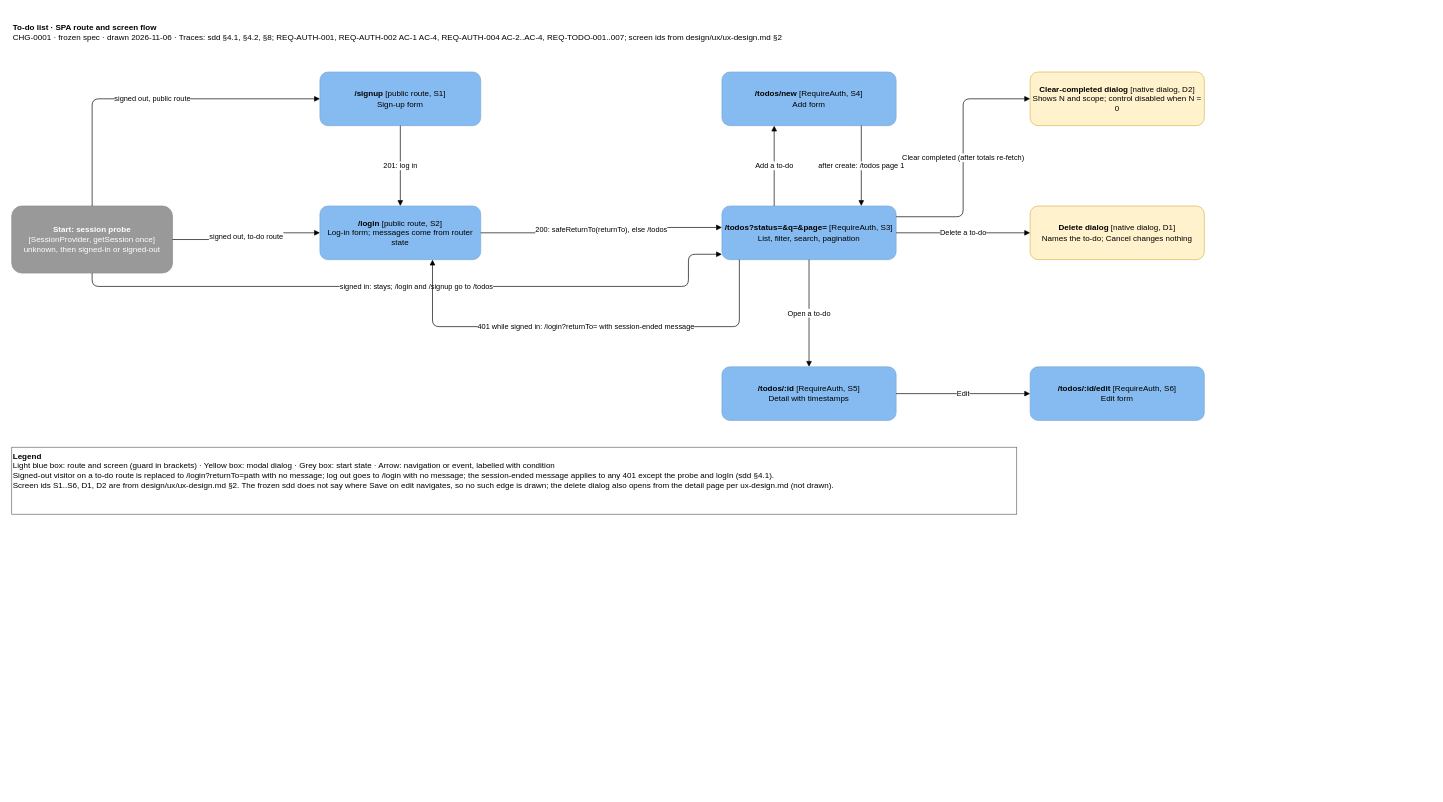
Earlier version of the draw.io diagram docs/specs/CHG-0001/design/architecture/screen-flow.drawio (alokkulkarni/testharness2). Source tidied: cells renumbered, new cells numbered last; positions are measured from the earlier drawing's top-left corner, leaving out a move shared by most shapes. Both pictures are drawn from the tidied source at 67%, with x=0, y=0 at pixel (11, 18).
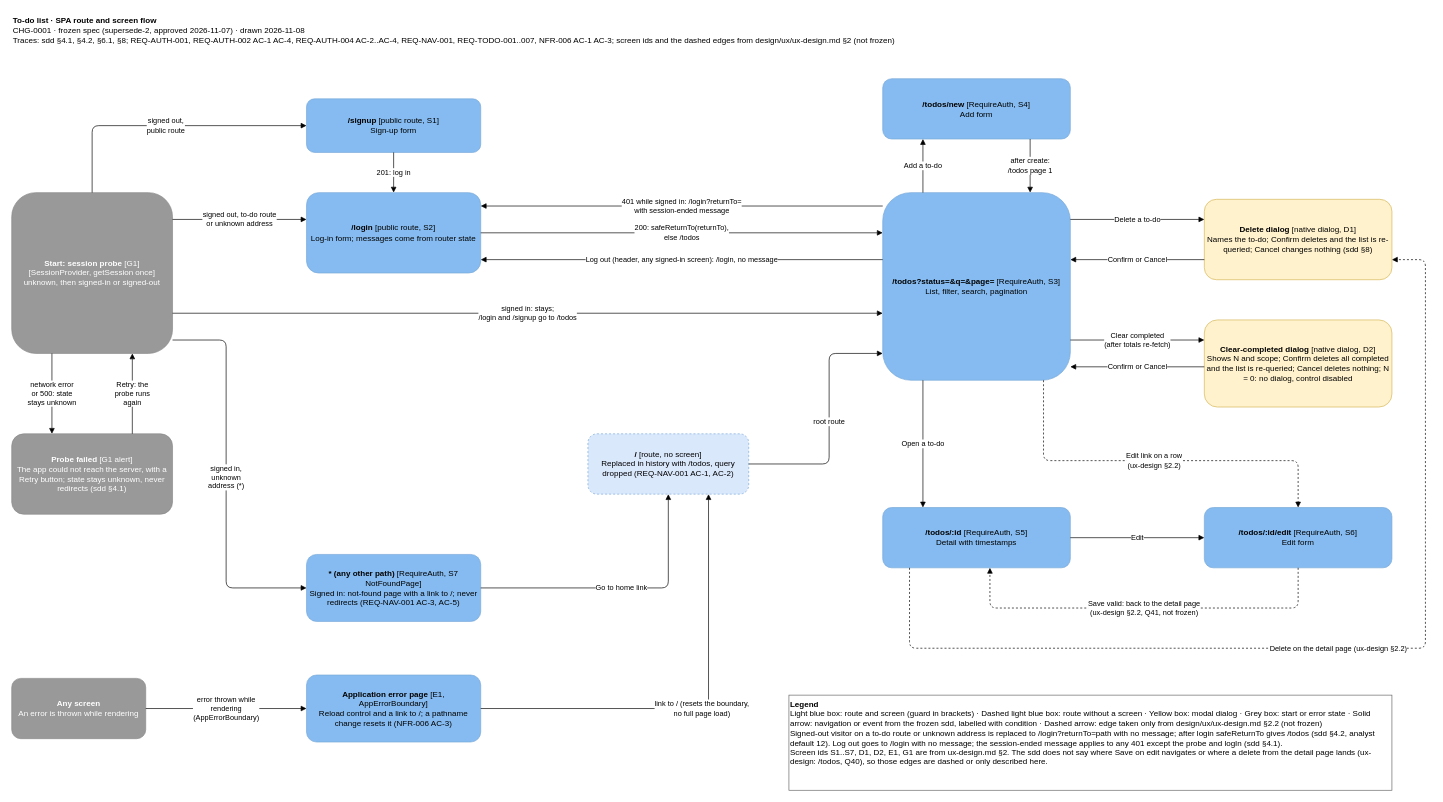
The same diagram, later.

What changed in the source:
```diff
@@
-    <mxCell id="2" value="&lt;b&gt;To-do list · SPA route and screen flow&lt;/b&gt;&lt;br&gt;CHG-0001 · frozen spec · drawn 2026-11-06 · Traces: sdd §4.1, §4.2, §8; REQ-AUTH-001, REQ-AUTH-002 AC-1 AC-4, REQ-AUTH-004 AC-2..AC-4, REQ-TODO-001..007; screen ids from design/ux/ux-design.md §2" style="text;html=1;align=left;verticalAlign=top;whiteSpace=wrap;" parent="1" vertex="1">
-      <mxGeometry width="1500" height="50" as="geometry" />
+    <mxCell id="2" value="&lt;b&gt;To-do list · SPA route and screen flow&lt;/b&gt;&lt;br&gt;CHG-0001 · frozen spec (supersede-2, approved 2026-11-07) · drawn 2026-11-08&lt;br&gt;Traces: sdd §4.1, §4.2, §6.1, §8; REQ-AUTH-001, REQ-AUTH-002 AC-1 AC-4, REQ-AUTH-004 AC-2..AC-4, REQ-NAV-001, REQ-TODO-001..007, NFR-006 AC-1 AC-3; screen ids and the dashed edges from design/ux/ux-design.md §2 (not frozen)" style="text;harness=title;html=1;align=left;verticalAlign=top;whiteSpace=wrap;" parent="1" vertex="1">
+      <mxGeometry y="-10" width="1500" height="70" as="geometry" />
     </mxCell>
-    <mxCell id="3" value="&lt;b&gt;Start: session probe&lt;/b&gt;&lt;br&gt;[SessionProvider, getSession once]&lt;br&gt;unknown, then signed-in or signed-out" style="rounded=1;whiteSpace=wrap;html=1;fillColor=#999999;strokeColor=#8A8A8A;fontColor=#FFFFFF;" parent="1" vertex="1">
-      <mxGeometry y="280" width="240" height="100" as="geometry" />
+    <mxCell id="3" value="&lt;b&gt;Start: session probe&lt;/b&gt; [G1]&lt;br&gt;[SessionProvider, getSession once]&lt;br&gt;unknown, then signed-in or signed-out" style="rounded=1;whiteSpace=wrap;html=1;fillColor=#999999;strokeColor=#8A8A8A;fontColor=#FFFFFF;" parent="1" vertex="1">
+      <mxGeometry y="260" width="240" height="240" as="geometry" />
     </mxCell>
+    <mxCell id="25" value="&lt;b&gt;Probe failed&lt;/b&gt; [G1 alert]&lt;br&gt;The app could not reach the server, with a Retry button; state stays unknown, never redirects (sdd §4.1)" style="rounded=1;whiteSpace=wrap;html=1;fillColor=#999999;strokeColor=#8A8A8A;fontColor=#FFFFFF;" parent="1" vertex="1">
+      <mxGeometry y="620" width="240" height="120" as="geometry" />
+    </mxCell>
     <mxCell id="4" value="&lt;b&gt;/signup&lt;/b&gt; [public route, S1]&lt;br&gt;Sign-up form" style="rounded=1;whiteSpace=wrap;html=1;fillColor=#85BBF0;strokeColor=#78A8D8;" parent="1" vertex="1">
-      <mxGeometry x="460" y="80" width="240" height="80" as="geometry" />
+      <mxGeometry x="440" y="120" width="260" height="80" as="geometry" />
     </mxCell>
     <mxCell id="5" value="&lt;b&gt;/login&lt;/b&gt; [public route, S2]&lt;br&gt;Log-in form; messages come from router state" style="rounded=1;whiteSpace=wrap;html=1;fillColor=#85BBF0;strokeColor=#78A8D8;" parent="1" vertex="1">
-      <mxGeometry x="460" y="280" width="240" height="80" as="geometry" />
+      <mxGeometry x="440" y="260" width="260" height="120" as="geometry" />
     </mxCell>
+    <mxCell id="26" value="&lt;b&gt;/&lt;/b&gt; [route, no screen]&lt;br&gt;Replaced in history with /todos, query dropped (REQ-NAV-001 AC-1, AC-2)" style="rounded=1;dashed=1;whiteSpace=wrap;html=1;fillColor=#DAE8FC;strokeColor=#78A8D8;" parent="1" vertex="1">
+      <mxGeometry x="860" y="620" width="240" height="90" as="geometry" />
+    </mxCell>
+    <mxCell id="27" value="&lt;b&gt;* (any other path)&lt;/b&gt; [RequireAuth, S7 NotFoundPage]&lt;br&gt;Signed in: not-found page with a link to /; never redirects (REQ-NAV-001 AC-3, AC-5)" style="rounded=1;whiteSpace=wrap;html=1;fillColor=#85BBF0;strokeColor=#78A8D8;" parent="1" vertex="1">
+      <mxGeometry x="440" y="800" width="260" height="100" as="geometry" />
+    </mxCell>
+    <mxCell id="28" value="&lt;b&gt;Any screen&lt;/b&gt;&lt;br&gt;An error is thrown while rendering" style="rounded=1;whiteSpace=wrap;html=1;fillColor=#999999;strokeColor=#8A8A8A;fontColor=#FFFFFF;" parent="1" vertex="1">
+      <mxGeometry y="985" width="200" height="90" as="geometry" />
+    </mxCell>
+    <mxCell id="29" value="&lt;b&gt;Application error page&lt;/b&gt; [E1, AppErrorBoundary]&lt;br&gt;Reload control and a link to /; a pathname change resets it (NFR-006 AC-3)" style="rounded=1;whiteSpace=wrap;html=1;fillColor=#85BBF0;strokeColor=#78A8D8;" parent="1" vertex="1">
+      <mxGeometry x="440" y="980" width="260" height="100" as="geometry" />
+    </mxCell>
     <mxCell id="6" value="&lt;b&gt;/todos?status=&amp;amp;q=&amp;amp;page=&lt;/b&gt; [RequireAuth, S3]&lt;br&gt;List, filter, search, pagination" style="rounded=1;whiteSpace=wrap;html=1;fillColor=#85BBF0;strokeColor=#78A8D8;" parent="1" vertex="1">
-      <mxGeometry x="1060" y="280" width="260" height="80" as="geometry" />
+      <mxGeometry x="1300" y="260" width="280" height="280" as="geometry" />
     </mxCell>
     <mxCell id="7" value="&lt;b&gt;/todos/new&lt;/b&gt; [RequireAuth, S4]&lt;br&gt;Add form" style="rounded=1;whiteSpace=wrap;html=1;fillColor=#85BBF0;strokeColor=#78A8D8;" parent="1" vertex="1">
-      <mxGeometry x="1060" y="80" width="260" height="80" as="geometry" />
+      <mxGeometry x="1300" y="90" width="280" height="90" as="geometry" />
     </mxCell>
     <mxCell id="8" value="&lt;b&gt;/todos/:id&lt;/b&gt; [RequireAuth, S5]&lt;br&gt;Detail with timestamps" style="rounded=1;whiteSpace=wrap;html=1;fillColor=#85BBF0;strokeColor=#78A8D8;" parent="1" vertex="1">
-      <mxGeometry x="1060" y="520" width="260" height="80" as="geometry" />
+      <mxGeometry x="1300" y="730" width="280" height="90" as="geometry" />
     </mxCell>
     <mxCell id="9" value="&lt;b&gt;/todos/:id/edit&lt;/b&gt; [RequireAuth, S6]&lt;br&gt;Edit form" style="rounded=1;whiteSpace=wrap;html=1;fillColor=#85BBF0;strokeColor=#78A8D8;" parent="1" vertex="1">
-      <mxGeometry x="1520" y="520" width="260" height="80" as="geometry" />
+      <mxGeometry x="1780" y="730" width="280" height="90" as="geometry" />
     </mxCell>
-    <mxCell id="10" value="&lt;b&gt;Delete dialog&lt;/b&gt; [native dialog, D1]&lt;br&gt;Names the to-do; Cancel changes nothing" style="rounded=1;whiteSpace=wrap;html=1;fillColor=#FFF2CC;strokeColor=#D6B656;" parent="1" vertex="1">
-      <mxGeometry x="1520" y="280" width="260" height="80" as="geometry" />
+    <mxCell id="10" value="&lt;b&gt;Delete dialog&lt;/b&gt; [native dialog, D1]&lt;br&gt;Names the to-do; Confirm deletes and the list is re-queried; Cancel changes nothing (sdd §8)" style="rounded=1;whiteSpace=wrap;html=1;fillColor=#FFF2CC;strokeColor=#D6B656;" parent="1" vertex="1">
+      <mxGeometry x="1780" y="270" width="280" height="120" as="geometry" />
     </mxCell>
-    <mxCell id="11" value="&lt;b&gt;Clear-completed dialog&lt;/b&gt; [native dialog, D2]&lt;br&gt;Shows N and scope; control disabled when N = 0" style="rounded=1;whiteSpace=wrap;html=1;fillColor=#FFF2CC;strokeColor=#D6B656;" parent="1" vertex="1">
-      <mxGeometry x="1520" y="80" width="260" height="80" as="geometry" />
+    <mxCell id="11" value="&lt;b&gt;Clear-completed dialog&lt;/b&gt; [native dialog, D2]&lt;br&gt;Shows N and scope; Confirm deletes all completed and the list is re-queried; Cancel deletes nothing; N = 0: no dialog, control disabled" style="rounded=1;whiteSpace=wrap;html=1;fillColor=#FFF2CC;strokeColor=#D6B656;" parent="1" vertex="1">
+      <mxGeometry x="1780" y="450" width="280" height="130" as="geometry" />
     </mxCell>
-    <mxCell id="12" value="signed out, public route" style="edgeStyle=orthogonalEdgeStyle;rounded=1;html=1;endArrow=block;labelBackgroundColor=#FFFFFF;exitX=0.5;exitY=0;entryX=0;entryY=0.5;" parent="1" edge="1" source="3" target="4">
+    <mxCell id="12" value="signed out,&lt;br&gt;public route" style="edgeStyle=orthogonalEdgeStyle;rounded=1;html=1;endArrow=block;labelBackgroundColor=#FFFFFF;exitX=0.5;exitY=0;entryX=0;entryY=0.5;" parent="1" edge="1" source="3" target="4">
       <mxGeometry relative="1" as="geometry">
         <Array as="points">
-          <mxPoint x="120" y="120" />
+          <mxPoint x="120" y="160" />
         </Array>
       </mxGeometry>
     </mxCell>
-    <mxCell id="13" value="signed out, to-do route" style="edgeStyle=orthogonalEdgeStyle;rounded=1;html=1;endArrow=block;labelBackgroundColor=#FFFFFF;" parent="1" edge="1" source="3" target="5">
+    <mxCell id="13" value="signed out, to-do route&lt;br&gt;or unknown address" style="edgeStyle=orthogonalEdgeStyle;rounded=1;html=1;endArrow=block;labelBackgroundColor=#FFFFFF;exitX=1;exitY=0.166667;entryX=0;entryY=0.333333;" parent="1" edge="1" source="3" target="5">
       <mxGeometry relative="1" as="geometry" />
     </mxCell>
-    <mxCell id="14" value="signed in: stays; /login and /signup go to /todos" style="edgeStyle=orthogonalEdgeStyle;rounded=1;html=1;endArrow=block;labelBackgroundColor=#FFFFFF;exitX=0.5;exitY=1;entryX=0;entryY=0.9;" parent="1" edge="1" source="3" target="6">
-      <mxGeometry relative="1" as="geometry">
-        <Array as="points">
-          <mxPoint x="120" y="400" />
-          <mxPoint x="1010" y="400" />
-          <mxPoint x="1010" y="352" />
-        </Array>
-      </mxGeometry>
+    <mxCell id="14" value="signed in: stays;&lt;br&gt;/login and /signup go to /todos" style="edgeStyle=orthogonalEdgeStyle;rounded=1;html=1;endArrow=block;labelBackgroundColor=#FFFFFF;exitX=1;exitY=0.75;entryX=0;entryY=0.642857;" parent="1" edge="1" source="3" target="6">
+      <mxGeometry relative="1" as="geometry" />
     </mxCell>
+    <mxCell id="30" value="signed in,&lt;br&gt;unknown&lt;br&gt;address (*)" style="edgeStyle=orthogonalEdgeStyle;rounded=1;html=1;endArrow=block;labelBackgroundColor=#FFFFFF;exitX=1;exitY=0.916667;entryX=0;entryY=0.5;" parent="1" edge="1" source="3" target="27">
+      <mxGeometry relative="1" as="geometry">
+        <Array as="points">
+          <mxPoint x="320" y="480" />
+          <mxPoint x="320" y="850" />
+        </Array>
+      </mxGeometry>
+    </mxCell>
+    <mxCell id="31" value="network error&lt;br&gt;or 500: state&lt;br&gt;stays unknown" style="edgeStyle=orthogonalEdgeStyle;rounded=1;html=1;endArrow=block;labelBackgroundColor=#FFFFFF;exitX=0.25;exitY=1;entryX=0.25;entryY=0;" parent="1" edge="1" source="3" target="25">
+      <mxGeometry relative="1" as="geometry" />
+    </mxCell>
+    <mxCell id="32" value="Retry: the&lt;br&gt;probe runs&lt;br&gt;again" style="edgeStyle=orthogonalEdgeStyle;rounded=1;html=1;endArrow=block;labelBackgroundColor=#FFFFFF;exitX=0.75;exitY=0;entryX=0.75;entryY=1;" parent="1" edge="1" source="25" target="3">
+      <mxGeometry relative="1" as="geometry" />
+    </mxCell>
-    <mxCell id="15" value="201: log in" style="edgeStyle=orthogonalEdgeStyle;rounded=1;html=1;endArrow=block;labelBackgroundColor=#FFFFFF;" parent="1" edge="1" source="4" target="5">
+    <mxCell id="15" value="201: log in" style="edgeStyle=orthogonalEdgeStyle;rounded=1;html=1;endArrow=block;labelBackgroundColor=#FFFFFF;exitX=0.5;exitY=1;entryX=0.5;entryY=0;" parent="1" edge="1" source="4" target="5">
       <mxGeometry relative="1" as="geometry" />
     </mxCell>
-    <mxCell id="16" value="200: safeReturnTo(returnTo), else /todos" style="edgeStyle=orthogonalEdgeStyle;rounded=1;html=1;endArrow=block;labelBackgroundColor=#FFFFFF;exitX=1;exitY=0.5;entryX=0;entryY=0.4;" parent="1" edge="1" source="5" target="6">
+    <mxCell id="16" value="200: safeReturnTo(returnTo),&lt;br&gt;else /todos" style="edgeStyle=orthogonalEdgeStyle;rounded=1;html=1;endArrow=block;labelBackgroundColor=#FFFFFF;exitX=1;exitY=0.5;entryX=0;entryY=0.214286;" parent="1" edge="1" source="5" target="6">
       <mxGeometry relative="1" as="geometry" />
     </mxCell>
+    <mxCell id="23" value="401 while signed in: /login?returnTo=&lt;br&gt;with session-ended message" style="edgeStyle=orthogonalEdgeStyle;rounded=1;html=1;endArrow=block;labelBackgroundColor=#FFFFFF;exitX=0;exitY=0.071429;entryX=1;entryY=0.166667;" parent="1" edge="1" source="6" target="5">
+      <mxGeometry relative="1" as="geometry" />
+    </mxCell>
+    <mxCell id="33" value="Log out (header, any signed-in screen): /login, no message" style="edgeStyle=orthogonalEdgeStyle;rounded=1;html=1;endArrow=block;labelBackgroundColor=#FFFFFF;exitX=0;exitY=0.357143;entryX=1;entryY=0.833333;" parent="1" edge="1" source="6" target="5">
+      <mxGeometry relative="1" as="geometry" />
+    </mxCell>
-    <mxCell id="17" value="Add a to-do" style="edgeStyle=orthogonalEdgeStyle;rounded=1;html=1;endArrow=block;labelBackgroundColor=#FFFFFF;exitX=0.3;exitY=0;entryX=0.3;entryY=1;" parent="1" edge="1" source="6" target="7">
+    <mxCell id="17" value="Add a to-do" style="edgeStyle=orthogonalEdgeStyle;rounded=1;html=1;endArrow=block;labelBackgroundColor=#FFFFFF;exitX=0.214286;exitY=0;entryX=0.214286;entryY=1;" parent="1" edge="1" source="6" target="7">
       <mxGeometry relative="1" as="geometry" />
     </mxCell>
-    <mxCell id="18" value="after create: /todos page 1" style="edgeStyle=orthogonalEdgeStyle;rounded=1;html=1;endArrow=block;labelBackgroundColor=#FFFFFF;exitX=0.8;exitY=1;entryX=0.8;entryY=0;" parent="1" edge="1" source="7" target="6">
+    <mxCell id="18" value="after create:&lt;br&gt;/todos page 1" style="edgeStyle=orthogonalEdgeStyle;rounded=1;html=1;endArrow=block;labelBackgroundColor=#FFFFFF;exitX=0.785714;exitY=1;entryX=0.785714;entryY=0;" parent="1" edge="1" source="7" target="6">
       <mxGeometry relative="1" as="geometry" />
     </mxCell>
-    <mxCell id="19" value="Open a to-do" style="edgeStyle=orthogonalEdgeStyle;rounded=1;html=1;endArrow=block;labelBackgroundColor=#FFFFFF;" parent="1" edge="1" source="6" target="8">
+    <mxCell id="19" value="Open a to-do" style="edgeStyle=orthogonalEdgeStyle;rounded=1;html=1;endArrow=block;labelBackgroundColor=#FFFFFF;exitX=0.214286;exitY=1;entryX=0.214286;entryY=0;" parent="1" edge="1" source="6" target="8">
       <mxGeometry relative="1" as="geometry" />
     </mxCell>
-    <mxCell id="20" value="Edit" style="edgeStyle=orthogonalEdgeStyle;rounded=1;html=1;endArrow=block;labelBackgroundColor=#FFFFFF;" parent="1" edge="1" source="8" target="9">
+    <mxCell id="20" value="Edit" style="edgeStyle=orthogonalEdgeStyle;rounded=1;html=1;endArrow=block;labelBackgroundColor=#FFFFFF;exitX=1;exitY=0.5;entryX=0;entryY=0.5;" parent="1" edge="1" source="8" target="9">
       <mxGeometry relative="1" as="geometry" />
     </mxCell>
+    <mxCell id="34" value="Edit link on a row&lt;br&gt;(ux-design §2.2)" style="edgeStyle=orthogonalEdgeStyle;rounded=1;html=1;endArrow=block;dashed=1;labelBackgroundColor=#FFFFFF;exitX=0.857143;exitY=1;entryX=0.5;entryY=0;" parent="1" edge="1" source="6" target="9">
+      <mxGeometry relative="1" as="geometry">
+        <Array as="points">
+          <mxPoint x="1540" y="660" />
+          <mxPoint x="1920" y="660" />
+        </Array>
+      </mxGeometry>
+    </mxCell>
+    <mxCell id="35" value="Save valid: back to the detail page&lt;br&gt;(ux-design §2.2, Q41, not frozen)" style="edgeStyle=orthogonalEdgeStyle;rounded=1;html=1;endArrow=block;dashed=1;labelBackgroundColor=#FFFFFF;exitX=0.5;exitY=1;entryX=0.571429;entryY=1;" parent="1" edge="1" source="9" target="8">
+      <mxGeometry relative="1" as="geometry">
+        <Array as="points">
+          <mxPoint x="1920" y="880" />
+          <mxPoint x="1460" y="880" />
+        </Array>
+      </mxGeometry>
+    </mxCell>
-    <mxCell id="21" value="Delete a to-do" style="edgeStyle=orthogonalEdgeStyle;rounded=1;html=1;endArrow=block;labelBackgroundColor=#FFFFFF;" parent="1" edge="1" source="6" target="10">
+    <mxCell id="21" value="Delete a to-do" style="edgeStyle=orthogonalEdgeStyle;rounded=1;html=1;endArrow=block;labelBackgroundColor=#FFFFFF;exitX=1;exitY=0.142857;entryX=0;entryY=0.25;" parent="1" edge="1" source="6" target="10">
       <mxGeometry relative="1" as="geometry" />
     </mxCell>
+    <mxCell id="36" value="Confirm or Cancel" style="edgeStyle=orthogonalEdgeStyle;rounded=1;html=1;endArrow=block;labelBackgroundColor=#FFFFFF;exitX=0;exitY=0.75;entryX=1;entryY=0.357143;" parent="1" edge="1" source="10" target="6">
+      <mxGeometry relative="1" as="geometry" />
+    </mxCell>
+    <mxCell id="37" value="Delete on the detail page (ux-design §2.2)" style="edgeStyle=orthogonalEdgeStyle;rounded=1;html=1;endArrow=block;dashed=1;labelBackgroundColor=#FFFFFF;exitX=0.142857;exitY=1;entryX=1;entryY=0.75;" parent="1" edge="1" source="8" target="10">
+      <mxGeometry relative="1" as="geometry">
+        <Array as="points">
+          <mxPoint x="1340" y="940" />
+          <mxPoint x="2110" y="940" />
+          <mxPoint x="2110" y="360" />
+        </Array>
+      </mxGeometry>
+    </mxCell>
-    <mxCell id="22" value="Clear completed (after totals re-fetch)" style="edgeStyle=orthogonalEdgeStyle;rounded=1;html=1;endArrow=block;labelBackgroundColor=#FFFFFF;exitX=1;exitY=0.2;entryX=0;entryY=0.5;" parent="1" edge="1" source="6" target="11">
+    <mxCell id="22" value="Clear completed&lt;br&gt;(after totals re-fetch)" style="edgeStyle=orthogonalEdgeStyle;rounded=1;html=1;endArrow=block;labelBackgroundColor=#FFFFFF;exitX=1;exitY=0.785714;entryX=0;entryY=0.230769;" parent="1" edge="1" source="6" target="11">
       <mxGeometry relative="1" as="geometry" />
     </mxCell>
-    <mxCell id="23" value="401 while signed in: /login?returnTo= with session-ended message" style="edgeStyle=orthogonalEdgeStyle;rounded=1;html=1;endArrow=block;labelBackgroundColor=#FFFFFF;exitX=0.1;exitY=1;entryX=0.7;entryY=1;" parent="1" edge="1" source="6" target="5">
-      <mxGeometry relative="1" as="geometry">
-        <Array as="points">
-          <mxPoint x="1086" y="460" />
-          <mxPoint x="628" y="460" />
-        </Array>
-      </mxGeometry>
-    </mxCell>
+    <mxCell id="38" value="Confirm or Cancel" style="edgeStyle=orthogonalEdgeStyle;rounded=1;html=1;endArrow=block;labelBackgroundColor=#FFFFFF;exitX=0;exitY=0.538462;entryX=1;entryY=0.928571;" parent="1" edge="1" source="11" target="6">
+      <mxGeometry relative="1" as="geometry" />
+    </mxCell>
+    <mxCell id="39" value="root route" style="edgeStyle=orthogonalEdgeStyle;rounded=1;html=1;endArrow=block;labelBackgroundColor=#FFFFFF;exitX=1;exitY=0.5;entryX=0;entryY=0.857143;" parent="1" edge="1" source="26" target="6">
+      <mxGeometry relative="1" as="geometry">
+        <Array as="points">
+          <mxPoint x="1220" y="665" />
+          <mxPoint x="1220" y="500" />
+        </Array>
+      </mxGeometry>
+    </mxCell>
+    <mxCell id="40" value="Go to home link" style="edgeStyle=orthogonalEdgeStyle;rounded=1;html=1;endArrow=block;labelBackgroundColor=#FFFFFF;exitX=1;exitY=0.5;entryX=0.5;entryY=1;" parent="1" edge="1" source="27" target="26">
+      <mxGeometry relative="1" as="geometry">
+        <Array as="points">
+          <mxPoint x="980" y="850" />
+        </Array>
+      </mxGeometry>
+    </mxCell>
+    <mxCell id="41" value="error thrown while&lt;br&gt;rendering&lt;br&gt;(AppErrorBoundary)" style="edgeStyle=orthogonalEdgeStyle;rounded=1;html=1;endArrow=block;labelBackgroundColor=#FFFFFF;exitX=1;exitY=0.5;entryX=0;entryY=0.5;" parent="1" edge="1" source="28" target="29">
+      <mxGeometry relative="1" as="geometry" />
+    </mxCell>
+    <mxCell id="42" value="link to / (resets the boundary,&lt;br&gt;no full page load)" style="edgeStyle=orthogonalEdgeStyle;rounded=1;html=1;endArrow=block;labelBackgroundColor=#FFFFFF;exitX=1;exitY=0.5;entryX=0.75;entryY=1;" parent="1" edge="1" source="29" target="26">
+      <mxGeometry relative="1" as="geometry">
+        <Array as="points">
+          <mxPoint x="1040" y="1030" />
+        </Array>
+      </mxGeometry>
+    </mxCell>
-    <mxCell id="24" value="&lt;b&gt;Legend&lt;/b&gt;&lt;br&gt;Light blue box: route and screen (guard in brackets) · Yellow box: modal dialog · Grey box: start state · Arrow: navigation or event, labelled with condition&lt;br&gt;Signed-out visitor on a to-do route is replaced to /login?returnTo=path with no message; log out goes to /login with no message; the session-ended message applies to any 401 except the probe and logIn (sdd §4.1).&lt;br&gt;Screen ids S1..S6, D1, D2 are from design/ux/ux-design.md §2. The frozen sdd does not say where Save on edit navigates, so no such edge is drawn; the delete dialog also opens from the detail page per ux-design.md (not drawn)." style="text;html=1;align=left;verticalAlign=top;whiteSpace=wrap;strokeColor=#666666;" parent="1" vertex="1">
-      <mxGeometry y="640" width="1500" height="100" as="geometry" />
+    <mxCell id="24" value="&lt;b&gt;Legend&lt;/b&gt;&lt;br&gt;Light blue box: route and screen (guard in brackets) · Dashed light blue box: route without a screen · Yellow box: modal dialog · Grey box: start or error state · Solid arrow: navigation or event from the frozen sdd, labelled with condition · Dashed arrow: edge taken only from design/ux/ux-design.md §2.2 (not frozen)&lt;br&gt;Signed-out visitor on a to-do route or unknown address is replaced to /login?returnTo=path with no message; after login safeReturnTo gives /todos (sdd §4.2, analyst default 12). Log out goes to /login with no message; the session-ended message applies to any 401 except the probe and logIn (sdd §4.1).&lt;br&gt;Screen ids S1..S7, D1, D2, E1, G1 are from ux-design.md §2. The sdd does not say where Save on edit navigates or where a delete from the detail page lands (ux-design: /todos, Q40), so those edges are dashed or only described here." style="text;harness=legend;html=1;align=left;verticalAlign=top;whiteSpace=wrap;strokeColor=#666666;" parent="1" vertex="1">
+      <mxGeometry x="1160" y="1010" width="900" height="142" as="geometry" />
     </mxCell>
```
